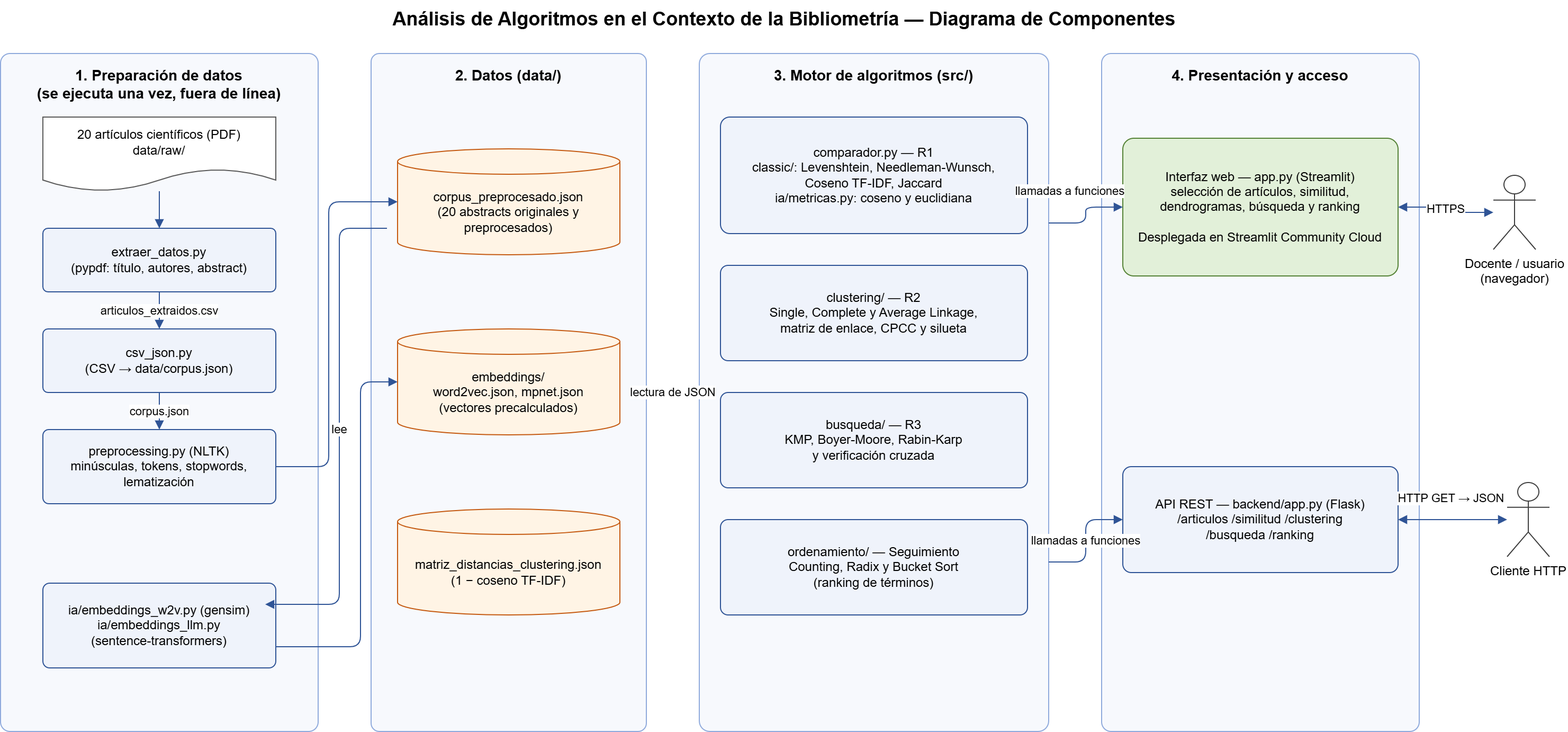
The draw.io diagram analisis-algoritmos-bibliometria/docs/diagramas/arquitectura.drawio.png in DanielJNarvaezH/proyectoAnalisisAlgoritmos, before a commit. Source tidied: cells renumbered, new cells last; positions are measured from the earlier drawing's top-left corner, leaving out a move shared by most shapes.
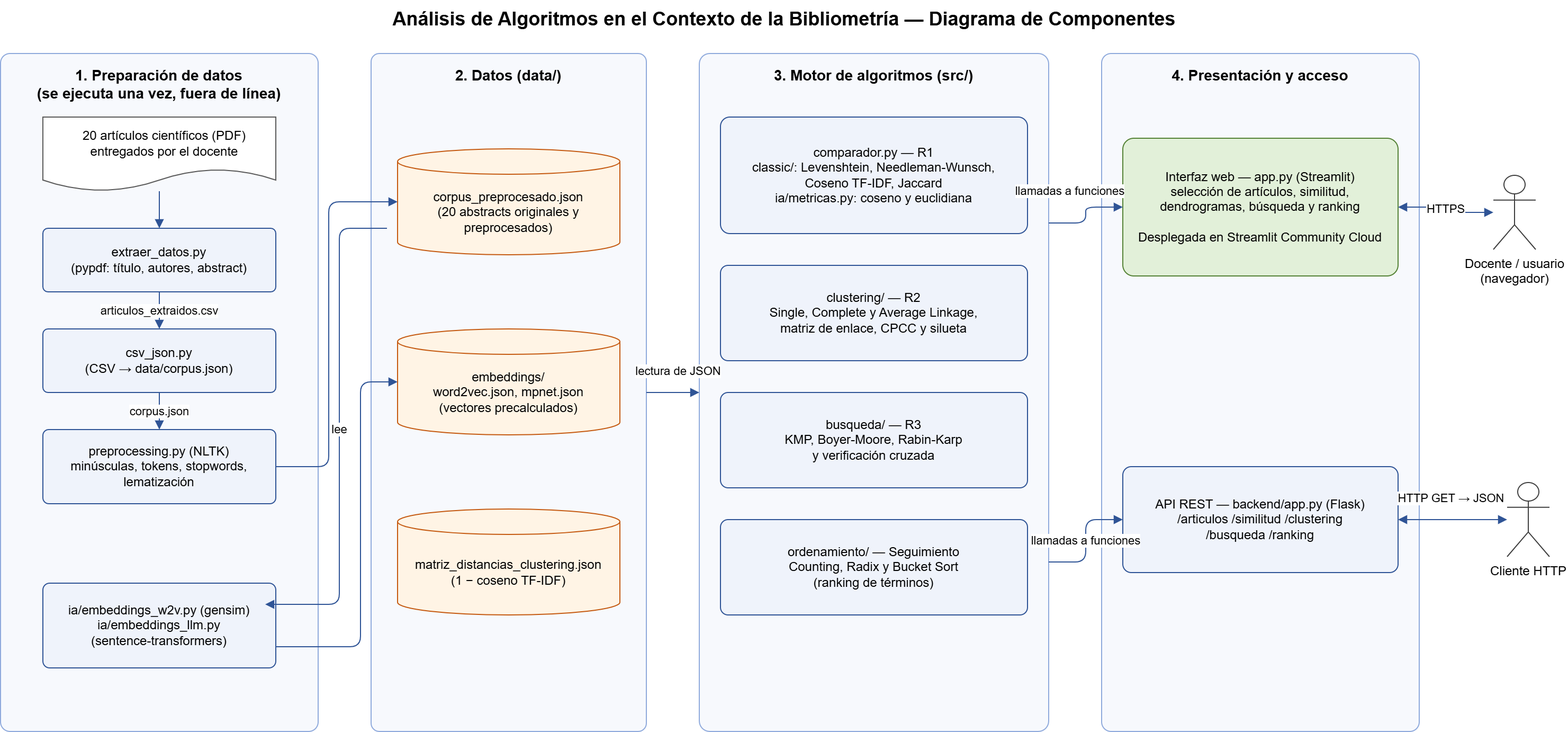
The same file after the commit.

Commit message:
Diagrama de componentes: corregir origen de los PDF y flecha de lectura de datos

- La caja de los PDF ya no indica data/raw/ (los PDF los entrega el docente
  y no se versionan).
- Flecha visible entre Datos y Motor de algoritmos ("lectura de JSON").

What changed in the source:
```diff
@@ -17,7 +17,7 @@
     <mxCell id="6" value="4. Presentación y acceso" style="rounded=1;whiteSpace=wrap;html=1;fillColor=#F7F9FD;strokeColor=#8FAADC;verticalAlign=top;fontStyle=1;fontSize=14;arcSize=3;spacingTop=6;" parent="1" vertex="1">
       <mxGeometry x="1040" y="50" width="300" height="640" as="geometry" />
     </mxCell>
-    <mxCell id="7" value="20 artículos científicos (PDF)&#10;data/raw/" style="shape=document;whiteSpace=wrap;html=1;boundedLbl=1;fillColor=#FFFFFF;strokeColor=#595959;fontSize=12;" parent="1" vertex="1">
+    <mxCell id="7" value="&lt;div&gt;&amp;nbsp; &amp;nbsp;20 artículos científicos (PDF)&lt;/div&gt;&lt;div&gt;&amp;nbsp; &amp;nbsp;entregados por el docente&lt;/div&gt;" style="shape=document;whiteSpace=wrap;html=1;boundedLbl=1;fillColor=#FFFFFF;strokeColor=#595959;fontSize=12;" parent="1" vertex="1">
       <mxGeometry x="40" y="110" width="220" height="70" as="geometry" />
     </mxCell>
     <mxCell id="8" value="extraer_datos.py&#10;(pypdf: título, autores, abstract)" style="rounded=1;whiteSpace=wrap;html=1;fillColor=#EFF3FB;strokeColor=#2F5496;fontSize=12;arcSize=8;" parent="1" vertex="1">
@@ -101,7 +101,7 @@
       </mxGeometry>
     </mxCell>
     <mxCell id="29" value="lectura de JSON" style="edgeStyle=orthogonalEdgeStyle;rounded=1;html=1;strokeColor=#2F5496;fontSize=11;labelBackgroundColor=#FFFFFF;endArrow=block;endFill=1;exitX=1;exitY=0.5;entryX=0;entryY=0.5;" parent="1" edge="1" source="4" target="5">
-      <mxGeometry relative="1" as="geometry" />
+      <mxGeometry x="0.2" y="20" relative="1" as="geometry" />
     </mxCell>
     <mxCell id="30" value="llamadas a funciones" style="edgeStyle=orthogonalEdgeStyle;rounded=1;html=1;strokeColor=#2F5496;fontSize=11;labelBackgroundColor=#FFFFFF;endArrow=block;endFill=1;exitX=1;exitY=0.25;entryX=0;entryY=0.5;" parent="1" edge="1" source="5" target="19">
       <mxGeometry x="0.18" y="21" relative="1" as="geometry">
```
